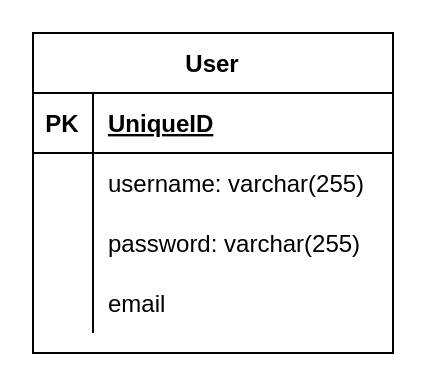
Before: docs/database/model.drawio in OscarVargas97/Portfolio, a draw.io diagram. Source tidied: cells renumbered, new cells numbered last; positions are measured from the earlier drawing's top-left corner, leaving out a move shared by most shapes. Both pictures are drawn from the tidied source at 200%, with x=0, y=0 at pixel (32, 32).
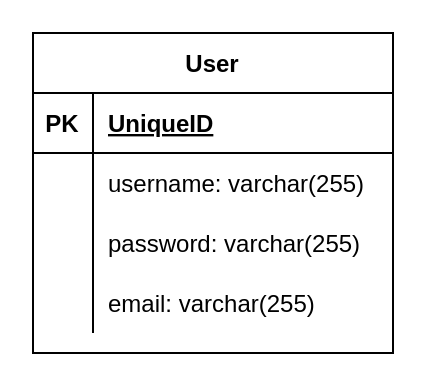
The same diagram, later.

Change to the diagram source:
```diff
@@
 <mxGraphModel>
   <root>
     <mxCell id="0" />
     <mxCell id="1" parent="0" />
     <mxCell id="2" value="User" style="shape=table;startSize=30;childLayout=tableLayout;rowLines=0;fontStyle=1;align=center;" parent="1" vertex="1">
       <mxGeometry width="180" height="160" as="geometry" />
     </mxCell>
     <mxCell id="3" style="shape=partialRectangle;fillColor=none;top=0;left=0;bottom=1;right=0;" parent="2" vertex="1">
       <mxGeometry y="30" width="180" height="30" as="geometry" />
     </mxCell>
     <mxCell id="4" value="PK" style="shape=partialRectangle;fillColor=none;top=0;left=0;bottom=0;right=0;fontStyle=1;overflow=hidden;" parent="3" vertex="1">
       <mxGeometry width="30" height="30" as="geometry" />
     </mxCell>
     <mxCell id="5" value="UniqueID" style="shape=partialRectangle;fillColor=none;top=0;left=0;bottom=0;right=0;align=left;spacingLeft=6;fontStyle=5;overflow=hidden;" parent="3" vertex="1">
       <mxGeometry x="30" width="150" height="30" as="geometry" />
     </mxCell>
     <mxCell id="6" style="shape=partialRectangle;fillColor=none;top=0;left=0;bottom=0;right=0;" parent="2" vertex="1">
       <mxGeometry y="60" width="180" height="30" as="geometry" />
     </mxCell>
     <mxCell id="7" style="shape=partialRectangle;fillColor=none;top=0;left=0;bottom=0;right=0;overflow=hidden;" parent="6" vertex="1">
       <mxGeometry width="30" height="30" as="geometry" />
     </mxCell>
     <mxCell id="8" value="username: varchar(255)" style="shape=partialRectangle;fillColor=none;top=0;left=0;bottom=0;right=0;align=left;spacingLeft=6;overflow=hidden;" parent="6" vertex="1">
       <mxGeometry x="30" width="150" height="30" as="geometry" />
     </mxCell>
     <mxCell id="9" style="shape=partialRectangle;fillColor=none;top=0;left=0;bottom=0;right=0;" parent="2" vertex="1">
       <mxGeometry y="90" width="180" height="30" as="geometry" />
     </mxCell>
     <mxCell id="10" style="shape=partialRectangle;fillColor=none;top=0;left=0;bottom=0;right=0;overflow=hidden;" parent="9" vertex="1">
       <mxGeometry width="30" height="30" as="geometry" />
     </mxCell>
     <mxCell id="11" value="password: varchar(255)" style="shape=partialRectangle;fillColor=none;top=0;left=0;bottom=0;right=0;align=left;spacingLeft=6;overflow=hidden;" parent="9" vertex="1">
       <mxGeometry x="30" width="150" height="30" as="geometry" />
     </mxCell>
     <mxCell id="12" style="shape=partialRectangle;fillColor=none;top=0;left=0;bottom=0;right=0;" parent="2" vertex="1">
       <mxGeometry y="120" width="180" height="30" as="geometry" />
     </mxCell>
     <mxCell id="13" style="shape=partialRectangle;fillColor=none;top=0;left=0;bottom=0;right=0;overflow=hidden;" parent="12" vertex="1">
       <mxGeometry width="30" height="30" as="geometry" />
     </mxCell>
-    <mxCell id="14" value="email" style="shape=partialRectangle;fillColor=none;top=0;left=0;bottom=0;right=0;align=left;spacingLeft=6;overflow=hidden;" parent="12" vertex="1">
+    <mxCell id="14" value="email: varchar(255)" style="shape=partialRectangle;fillColor=none;top=0;left=0;bottom=0;right=0;align=left;spacingLeft=6;overflow=hidden;" parent="12" vertex="1">
       <mxGeometry x="30" width="150" height="30" as="geometry" />
     </mxCell>
   </root>
 </mxGraphModel>
```
